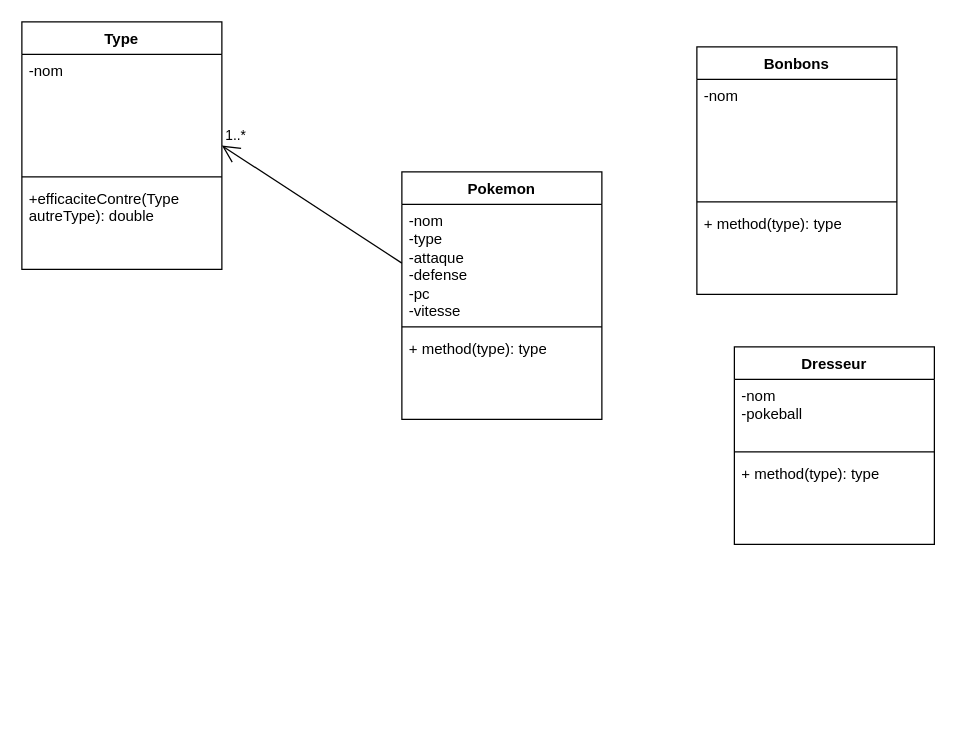
This is TP2_Pokemon.drawio from NicolasRbls/Diagramme, a draw.io file, before an edit. Source tidied: cells renumbered, new cells numbered last; positions are measured from the earlier drawing's top-left corner, leaving out a move shared by most shapes. Both pictures are drawn from the tidied source at 125%, with x=0, y=0 at pixel (21, 21).
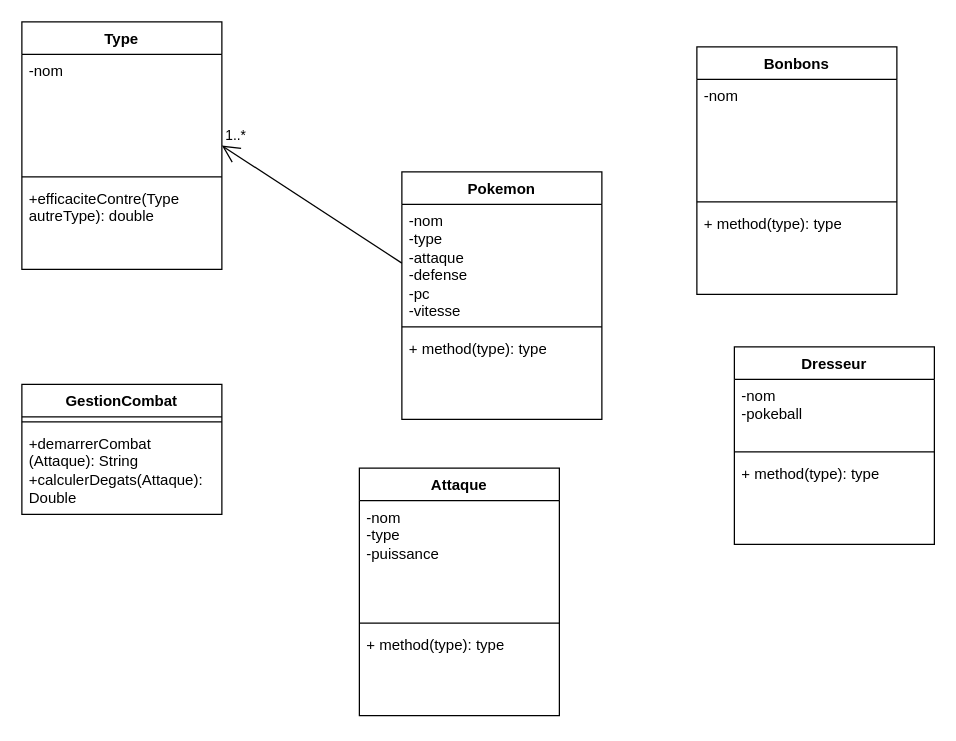
Above is the later version.

Commit message (it also covers changes not shown here):
Mettre à jour TP2_Pokemon.drawio

Diff of the diagram source:
```diff
@@
+    <mxCell id="20" value="GestionCombat" style="swimlane;fontStyle=1;align=center;verticalAlign=top;horizontal=1;startSize=26;whiteSpace=wrap;html=1;" parent="1" vertex="1">
+      <mxGeometry y="290" width="160" height="104" as="geometry" />
+    </mxCell>
+    <mxCell id="21" style="line;strokeWidth=1;fillColor=none;align=left;verticalAlign=middle;spacingTop=-1;spacingLeft=3;spacingRight=3;labelPosition=right;strokeColor=inherit;" parent="20" vertex="1">
+      <mxGeometry y="26" width="160" height="8" as="geometry" />
+    </mxCell>
+    <mxCell id="22" value="+demarrerCombat&lt;br&gt;(Attaque): String&lt;br&gt;+calculerDegats(Attaque):&lt;br&gt;Double" style="text;strokeColor=none;fillColor=none;align=left;verticalAlign=top;spacingLeft=4;spacingRight=4;overflow=hidden;whiteSpace=wrap;html=1;" parent="20" vertex="1">
+      <mxGeometry y="34" width="160" height="70" as="geometry" />
+    </mxCell>
+    <mxCell id="23" value="Attaque" style="swimlane;fontStyle=1;align=center;verticalAlign=top;horizontal=1;startSize=26;whiteSpace=wrap;html=1;" parent="1" vertex="1">
+      <mxGeometry x="270" y="357" width="160" height="198" as="geometry" />
+    </mxCell>
+    <mxCell id="24" value="-nom&lt;br&gt;-type&lt;br&gt;-puissance" style="text;strokeColor=none;fillColor=none;align=left;verticalAlign=top;spacingLeft=4;spacingRight=4;overflow=hidden;whiteSpace=wrap;html=1;" parent="23" vertex="1">
+      <mxGeometry y="26" width="160" height="94" as="geometry" />
+    </mxCell>
+    <mxCell id="25" style="line;strokeWidth=1;fillColor=none;align=left;verticalAlign=middle;spacingTop=-1;spacingLeft=3;spacingRight=3;labelPosition=right;strokeColor=inherit;" parent="23" vertex="1">
+      <mxGeometry y="120" width="160" height="8" as="geometry" />
+    </mxCell>
+    <mxCell id="26" value="+ method(type): type" style="text;strokeColor=none;fillColor=none;align=left;verticalAlign=top;spacingLeft=4;spacingRight=4;overflow=hidden;whiteSpace=wrap;html=1;" parent="23" vertex="1">
+      <mxGeometry y="128" width="160" height="70" as="geometry" />
+    </mxCell>
```
